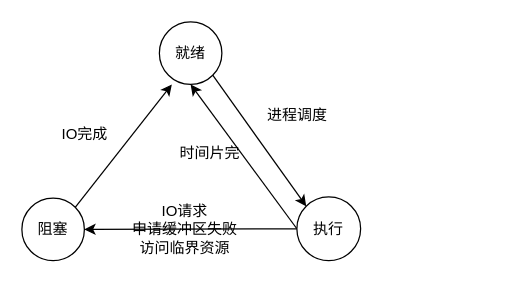
Earlier version of the draw.io diagram 进程状态.drawio (freemedom/drawio). Source tidied: cells renumbered, new cells numbered last; positions are measured from the earlier drawing's top-left corner, leaving out a move shared by most shapes. Both pictures are drawn from the tidied source at 125%, with x=0, y=0 at pixel (21, 21).
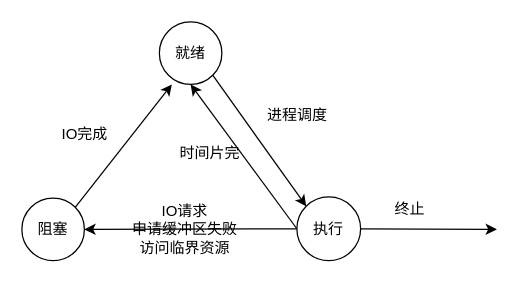
Above is the later version.

Commit message (it also covers changes not shown here):
更新进程状态.drawio

Diff of the diagram source:
```diff
@@
 <mxGraphModel>
   <root>
     <mxCell id="0" />
     <mxCell id="1" parent="0" />
     <mxCell id="2" style="rounded=0;jettySize=auto;html=1;exitX=1;exitY=1;exitDx=0;exitDy=0;entryX=0;entryY=0;entryDx=0;entryDy=0;" parent="1" edge="1" source="3" target="6">
       <mxGeometry relative="1" as="geometry" />
     </mxCell>
     <mxCell id="3" value="就绪" style="ellipse;whiteSpace=wrap;html=1;" parent="1" vertex="1">
       <mxGeometry x="110" width="50" height="50" as="geometry" />
     </mxCell>
     <mxCell id="4" style="edgeStyle=none;rounded=0;jettySize=auto;html=1;exitX=0;exitY=0.5;exitDx=0;exitDy=0;entryX=0.5;entryY=1;entryDx=0;entryDy=0;" parent="1" edge="1" source="6" target="3">
       <mxGeometry relative="1" as="geometry" />
     </mxCell>
     <mxCell id="5" style="edgeStyle=none;rounded=0;jettySize=auto;html=1;exitX=0;exitY=0.5;exitDx=0;exitDy=0;entryX=1;entryY=0.5;entryDx=0;entryDy=0;" parent="1" edge="1" source="6" target="10">
       <mxGeometry relative="1" as="geometry" />
     </mxCell>
+    <mxCell id="13" style="edgeStyle=none;rounded=0;jettySize=auto;html=1;exitX=1;exitY=0.5;exitDx=0;exitDy=0;" parent="1" edge="1" source="6">
+      <mxGeometry relative="1" as="geometry">
+        <mxPoint x="380" y="166" as="targetPoint" />
+      </mxGeometry>
+    </mxCell>
     <mxCell id="6" value="执行" style="ellipse;whiteSpace=wrap;html=1;" parent="1" vertex="1">
       <mxGeometry x="220" y="140" width="51" height="51" as="geometry" />
     </mxCell>
     <mxCell id="7" value="进程调度" style="text;html=1;align=center;verticalAlign=middle;strokeColor=none;fillColor=none;" parent="1" vertex="1">
       <mxGeometry x="185" y="60" width="70" height="30" as="geometry" />
     </mxCell>
     <mxCell id="8" value="时间片完" style="text;html=1;align=center;verticalAlign=middle;strokeColor=none;fillColor=none;" parent="1" vertex="1">
       <mxGeometry x="115" y="90" width="70" height="30" as="geometry" />
     </mxCell>
     <mxCell id="9" style="edgeStyle=none;rounded=0;jettySize=auto;html=1;exitX=1;exitY=0;exitDx=0;exitDy=0;entryX=0.2;entryY=1;entryDx=0;entryDy=0;entryPerimeter=0;" parent="1" edge="1" source="10" target="3">
       <mxGeometry relative="1" as="geometry" />
     </mxCell>
     <mxCell id="10" value="阻塞" style="ellipse;whiteSpace=wrap;html=1;" parent="1" vertex="1">
       <mxGeometry y="141" width="50" height="50" as="geometry" />
     </mxCell>
     <mxCell id="11" value="IO完成" style="text;html=1;align=center;verticalAlign=middle;strokeColor=none;fillColor=none;" parent="1" vertex="1">
       <mxGeometry x="20" y="75" width="60" height="30" as="geometry" />
     </mxCell>
     <mxCell id="12" value="IO请求&lt;br&gt;申请缓冲区失败&lt;br&gt;访问临界资源" style="text;html=1;align=center;verticalAlign=middle;strokeColor=none;fillColor=none;" parent="1" vertex="1">
       <mxGeometry x="75" y="136" width="110" height="60" as="geometry" />
     </mxCell>
+    <mxCell id="14" value="终止" style="text;html=1;align=center;verticalAlign=middle;strokeColor=none;fillColor=none;" parent="1" vertex="1">
+      <mxGeometry x="285" y="135" width="50" height="30" as="geometry" />
+    </mxCell>
   </root>
 </mxGraphModel>
```
